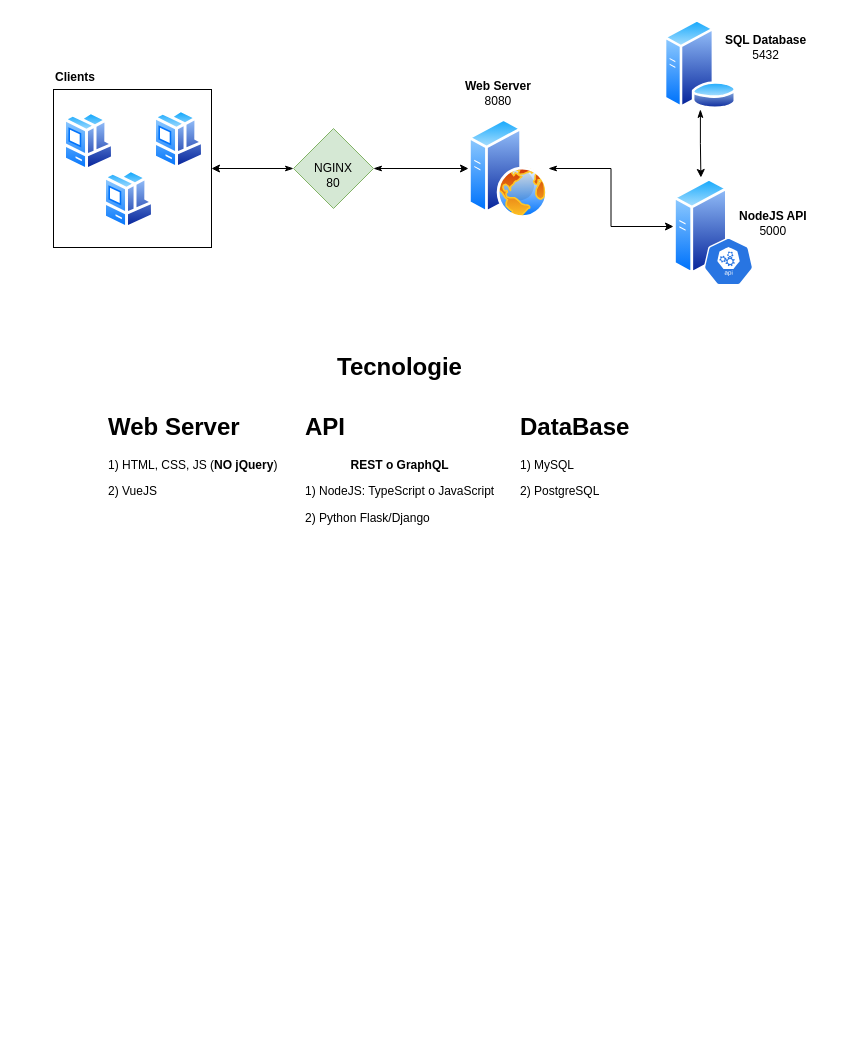
The draw.io diagram docs/infrastruttura/overview_infrastruttura.drawio in f0lg0/gelata, before the edit. Source tidied: cells renumbered, new cells numbered last; positions are measured from the earlier drawing's top-left corner, leaving out a move shared by most shapes. Both pictures are drawn from the tidied source at 100%, with x=0, y=0 at pixel (53, 19).
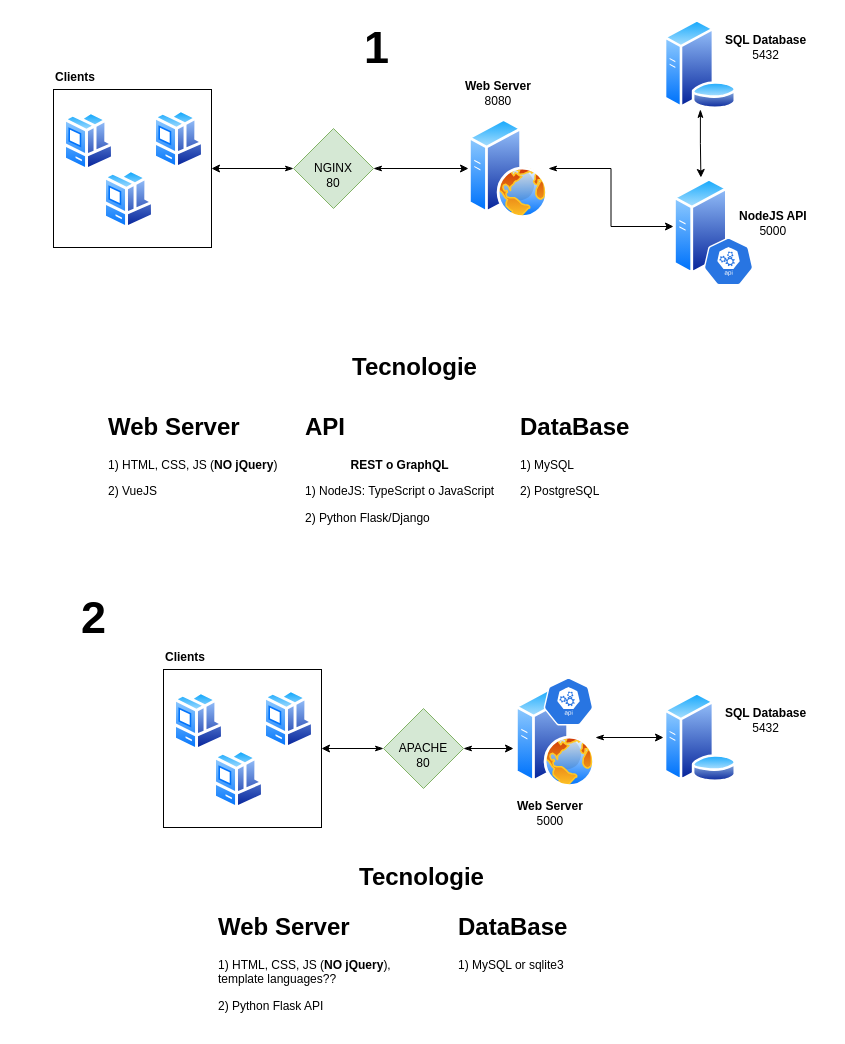
After the change.

Commit message (it also covers changes not shown here):
edit: possible new configuration

The edit, as a diff of the source:
```diff
@@
     <mxCell id="21" value="&lt;font style=&quot;font-size: 24px&quot;&gt;&lt;b&gt;Tecnologie&lt;/b&gt;&lt;/font&gt;" style="text;html=1;strokeColor=none;fillColor=none;align=center;verticalAlign=middle;whiteSpace=wrap;rounded=0;" parent="1" vertex="1">
-      <mxGeometry x="255" y="328" width="183" height="40" as="geometry" />
+      <mxGeometry x="270" y="328" width="183" height="40" as="geometry" />
     </mxCell>
@@
+    <mxCell id="25" value="&lt;font size=&quot;1&quot;&gt;&lt;b style=&quot;font-size: 45px&quot;&gt;1&lt;/b&gt;&lt;/font&gt;" style="text;html=1;strokeColor=none;fillColor=none;align=center;verticalAlign=middle;whiteSpace=wrap;rounded=0;" parent="1" vertex="1">
+      <mxGeometry x="247" y="-2" width="153" height="60" as="geometry" />
+    </mxCell>
+    <mxCell id="26" value="&lt;font style=&quot;font-size: 45px&quot;&gt;&lt;b&gt;2&lt;/b&gt;&lt;/font&gt;" style="text;html=1;strokeColor=none;fillColor=none;align=center;verticalAlign=middle;whiteSpace=wrap;rounded=0;" parent="1" vertex="1">
+      <mxGeometry x="-36.5" y="568" width="153" height="60" as="geometry" />
+    </mxCell>
+    <mxCell id="27" style="group;" parent="1" vertex="1">
+      <mxGeometry x="120" y="670" width="148" height="140" as="geometry" />
+    </mxCell>
+    <mxCell id="28" style="perimeter=ellipsePerimeter;html=1;align=center;shadow=0;dashed=0;spacingTop=3;image;image=img/lib/active_directory/workstation_client.svg;" parent="27" vertex="1">
+      <mxGeometry y="2" width="51" height="60" as="geometry" />
+    </mxCell>
+    <mxCell id="29" style="perimeter=ellipsePerimeter;html=1;align=center;shadow=0;dashed=0;spacingTop=3;image;image=img/lib/active_directory/workstation_client.svg;" parent="27" vertex="1">
+      <mxGeometry x="40" y="60" width="51" height="60" as="geometry" />
+    </mxCell>
+    <mxCell id="30" style="perimeter=ellipsePerimeter;html=1;align=center;shadow=0;dashed=0;spacingTop=3;image;image=img/lib/active_directory/workstation_client.svg;" parent="27" vertex="1">
+      <mxGeometry x="90" width="51" height="60" as="geometry" />
+    </mxCell>
+    <mxCell id="31" style="whiteSpace=wrap;html=1;fillColor=none;" parent="27" vertex="1">
+      <mxGeometry x="-10" y="-20" width="158" height="158" as="geometry" />
+    </mxCell>
+    <mxCell id="32" value="&lt;div align=&quot;left&quot;&gt;&lt;b&gt;Clients&lt;/b&gt;&lt;/div&gt;" style="text;html=1;strokeColor=none;fillColor=none;align=left;verticalAlign=middle;whiteSpace=wrap;rounded=0;" parent="1" vertex="1">
+      <mxGeometry x="110" y="628" width="80" height="20" as="geometry" />
+    </mxCell>
+    <mxCell id="33" style="edgeStyle=orthogonalEdgeStyle;rounded=0;jettySize=auto;html=1;startArrow=classicThin;startFill=1;" parent="1" edge="1" source="34" target="36">
+      <mxGeometry relative="1" as="geometry" />
+    </mxCell>
+    <mxCell id="34" style="perimeter=ellipsePerimeter;html=1;align=center;shadow=0;dashed=0;spacingTop=3;image;image=img/lib/active_directory/web_server.svg;" parent="1" vertex="1">
+      <mxGeometry x="462" y="668" width="80" height="100" as="geometry" />
+    </mxCell>
+    <mxCell id="35" style="html=1;dashed=0;whitespace=wrap;fillColor=#2875E2;strokeColor=#ffffff;shape=mxgraph.kubernetes.icon;prIcon=api;" parent="1" vertex="1">
+      <mxGeometry x="490" y="658" width="50" height="48" as="geometry" />
+    </mxCell>
+    <mxCell id="36" style="perimeter=ellipsePerimeter;html=1;align=center;shadow=0;dashed=0;spacingTop=3;image;image=img/lib/active_directory/database_server.svg;" parent="1" vertex="1">
+      <mxGeometry x="610" y="673" width="73.8" height="90" as="geometry" />
+    </mxCell>
+    <mxCell id="37" value="&lt;div&gt;&lt;b&gt;SQL Database&lt;/b&gt;&lt;br&gt;&lt;/div&gt;&lt;div align=&quot;center&quot;&gt;5432&lt;/div&gt;" style="text;html=1;strokeColor=none;fillColor=none;align=left;verticalAlign=middle;whiteSpace=wrap;rounded=0;" parent="1" vertex="1">
+      <mxGeometry x="670" y="691" width="90" height="20" as="geometry" />
+    </mxCell>
+    <mxCell id="38" style="edgeStyle=orthogonalEdgeStyle;rounded=0;jettySize=auto;html=1;entryX=-0.025;entryY=0.61;entryDx=0;entryDy=0;entryPerimeter=0;startArrow=classicThin;startFill=1;" parent="1" edge="1" source="39" target="34">
+      <mxGeometry relative="1" as="geometry" />
+    </mxCell>
+    <mxCell id="39" value="&lt;div&gt;&lt;br&gt;&lt;/div&gt;&lt;div&gt;APACHE&lt;/div&gt;&lt;div&gt;80&lt;br&gt;&lt;/div&gt;" style="rhombus;whiteSpace=wrap;html=1;fillColor=#d5e8d4;strokeColor=#82b366;" parent="1" vertex="1">
+      <mxGeometry x="330" y="689" width="80" height="80" as="geometry" />
+    </mxCell>
+    <mxCell id="40" style="edgeStyle=orthogonalEdgeStyle;rounded=0;jettySize=auto;html=1;entryX=1;entryY=0.5;entryDx=0;entryDy=0;startArrow=classicThin;startFill=1;exitX=0;exitY=0.5;exitDx=0;exitDy=0;" parent="1" edge="1" source="39" target="31">
+      <mxGeometry relative="1" as="geometry" />
+    </mxCell>
+    <mxCell id="41" value="&lt;div&gt;&lt;b&gt;Web Server&lt;/b&gt;&lt;/div&gt;&lt;div align=&quot;center&quot;&gt;5000&lt;b&gt;&lt;br&gt;&lt;/b&gt;&lt;/div&gt;" style="text;html=1;strokeColor=none;fillColor=none;align=left;verticalAlign=middle;whiteSpace=wrap;rounded=0;" parent="1" vertex="1">
+      <mxGeometry x="462" y="778" width="80" height="32" as="geometry" />
+    </mxCell>
+    <mxCell id="42" value="&lt;h1&gt;Web Server&lt;br&gt;&lt;/h1&gt;&lt;p&gt;1) HTML, CSS, JS (&lt;b&gt;NO jQuery&lt;/b&gt;), template languages??&lt;/p&gt;&lt;p&gt;2) Python Flask API&lt;br&gt;&lt;/p&gt;" style="text;html=1;strokeColor=none;fillColor=none;spacing=5;spacingTop=-20;whiteSpace=wrap;overflow=hidden;rounded=0;" parent="1" vertex="1">
+      <mxGeometry x="160" y="888" width="190" height="120" as="geometry" />
+    </mxCell>
+    <mxCell id="43" value="&lt;h1&gt;DataBase&lt;br&gt;&lt;/h1&gt;&lt;p&gt;1) MySQL or sqlite3&lt;br&gt;&lt;/p&gt;&lt;p&gt;&lt;br&gt;&lt;/p&gt;" style="text;html=1;strokeColor=none;fillColor=none;spacing=5;spacingTop=-20;whiteSpace=wrap;overflow=hidden;rounded=0;" parent="1" vertex="1">
+      <mxGeometry x="400" y="888" width="215" height="120" as="geometry" />
+    </mxCell>
+    <mxCell id="44" value="&lt;font style=&quot;font-size: 24px&quot;&gt;&lt;b&gt;Tecnologie&lt;/b&gt;&lt;/font&gt;" style="text;html=1;strokeColor=none;fillColor=none;align=center;verticalAlign=middle;whiteSpace=wrap;rounded=0;" parent="1" vertex="1">
+      <mxGeometry x="276.5" y="838" width="183" height="40" as="geometry" />
+    </mxCell>
```
